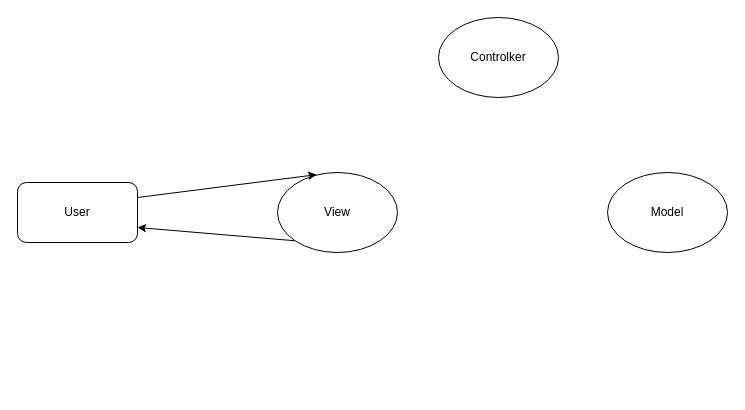
xiaodongYao/DrawIO keeps this draw.io diagram as 软考.drawio. Above is the earlier version. Source tidied: cells renumbered, new cells numbered last; positions are measured from the earlier drawing's top-left corner, leaving out a move shared by most shapes. Both pictures are drawn from the tidied source at 100%, with x=0, y=0 at pixel (17, 17).
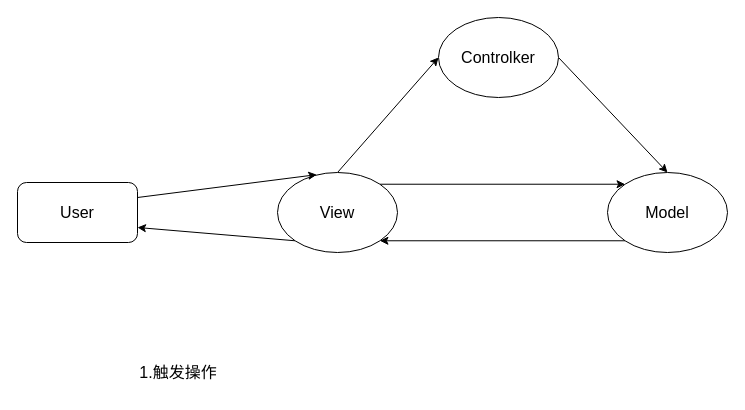
The same page after the edit.

Diff of the diagram source:
```diff
@@
 <mxGraphModel>
   <root>
     <mxCell id="0" />
     <mxCell id="1" parent="0" />
-    <mxCell id="2" style="rounded=0;jettySize=auto;html=1;exitX=0;exitY=1;exitDx=0;exitDy=0;entryX=1;entryY=0.75;entryDx=0;entryDy=0;" parent="1" edge="1" source="3" target="7">
+    <mxCell id="2" style="rounded=0;jettySize=auto;html=1;exitX=0;exitY=1;exitDx=0;exitDy=0;entryX=1;entryY=0.75;entryDx=0;entryDy=0;fontSize=16;" parent="1" edge="1" source="3" target="7">
       <mxGeometry relative="1" as="geometry" />
     </mxCell>
+    <mxCell id="8" style="rounded=0;jettySize=auto;html=1;exitX=0.5;exitY=0;exitDx=0;exitDy=0;entryX=0;entryY=0.5;entryDx=0;entryDy=0;fontSize=16;" parent="1" edge="1" source="3" target="4">
+      <mxGeometry relative="1" as="geometry" />
+    </mxCell>
+    <mxCell id="9" style="edgeStyle=orthogonalEdgeStyle;rounded=0;jettySize=auto;html=1;exitX=1;exitY=0;exitDx=0;exitDy=0;entryX=0;entryY=0;entryDx=0;entryDy=0;fontSize=16;" parent="1" edge="1" source="3" target="5">
+      <mxGeometry relative="1" as="geometry" />
+    </mxCell>
-    <mxCell id="3" value="View" style="ellipse;whiteSpace=wrap;html=1;" parent="1" vertex="1">
+    <mxCell id="3" value="View" style="ellipse;whiteSpace=wrap;html=1;fontSize=16;" parent="1" vertex="1">
       <mxGeometry x="260" y="155" width="120" height="80" as="geometry" />
     </mxCell>
+    <mxCell id="10" style="rounded=0;jettySize=auto;html=1;exitX=1;exitY=0.5;exitDx=0;exitDy=0;entryX=0.5;entryY=0;entryDx=0;entryDy=0;fontSize=16;" parent="1" edge="1" source="4" target="5">
+      <mxGeometry relative="1" as="geometry" />
+    </mxCell>
-    <mxCell id="4" value="Controlker" style="ellipse;whiteSpace=wrap;html=1;" parent="1" vertex="1">
+    <mxCell id="4" value="Controlker" style="ellipse;whiteSpace=wrap;html=1;fontSize=16;" parent="1" vertex="1">
       <mxGeometry x="421" width="120" height="80" as="geometry" />
     </mxCell>
+    <mxCell id="11" style="edgeStyle=orthogonalEdgeStyle;rounded=0;jettySize=auto;html=1;exitX=0;exitY=1;exitDx=0;exitDy=0;entryX=1;entryY=1;entryDx=0;entryDy=0;fontSize=16;" parent="1" edge="1" source="5" target="3">
+      <mxGeometry relative="1" as="geometry" />
+    </mxCell>
-    <mxCell id="5" value="Model" style="ellipse;whiteSpace=wrap;html=1;" parent="1" vertex="1">
+    <mxCell id="5" value="Model" style="ellipse;whiteSpace=wrap;html=1;fontSize=16;" parent="1" vertex="1">
       <mxGeometry x="590" y="155" width="120" height="80" as="geometry" />
     </mxCell>
-    <mxCell id="6" style="rounded=0;jettySize=auto;html=1;exitX=1;exitY=0.25;exitDx=0;exitDy=0;entryX=0.327;entryY=0.027;entryDx=0;entryDy=0;entryPerimeter=0;" parent="1" edge="1" source="7" target="3">
+    <mxCell id="6" style="rounded=0;jettySize=auto;html=1;exitX=1;exitY=0.25;exitDx=0;exitDy=0;entryX=0.327;entryY=0.027;entryDx=0;entryDy=0;entryPerimeter=0;fontSize=16;" parent="1" edge="1" source="7" target="3">
       <mxGeometry relative="1" as="geometry" />
     </mxCell>
-    <mxCell id="7" value="User" style="rounded=1;whiteSpace=wrap;html=1;" parent="1" vertex="1">
+    <mxCell id="7" value="User" style="rounded=1;whiteSpace=wrap;html=1;fontSize=16;" parent="1" vertex="1">
       <mxGeometry y="165" width="120" height="60" as="geometry" />
     </mxCell>
+    <mxCell id="12" value="1.触发操作" style="text;html=1;strokeColor=none;fillColor=none;align=center;verticalAlign=middle;whiteSpace=wrap;rounded=0;fontSize=16;" parent="1" vertex="1">
+      <mxGeometry x="114" y="335" width="94" height="40" as="geometry" />
+    </mxCell>
   </root>
 </mxGraphModel>
```
